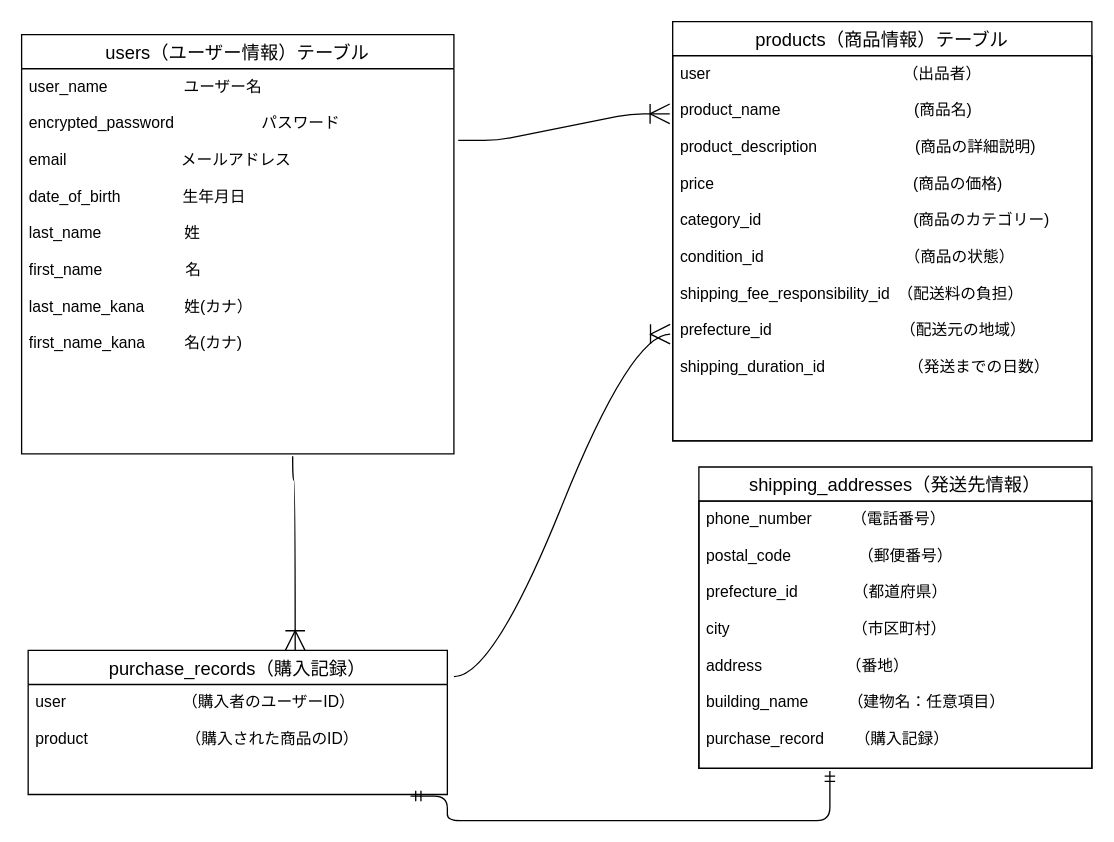
Before: test.dio in yoshimune1126/furima-41310, a draw.io diagram. Source tidied: cells renumbered, new cells numbered last; positions are measured from the earlier drawing's top-left corner, leaving out a move shared by most shapes. Both pictures are drawn from the tidied source at 131%, with x=0, y=0 at pixel (21, 21).
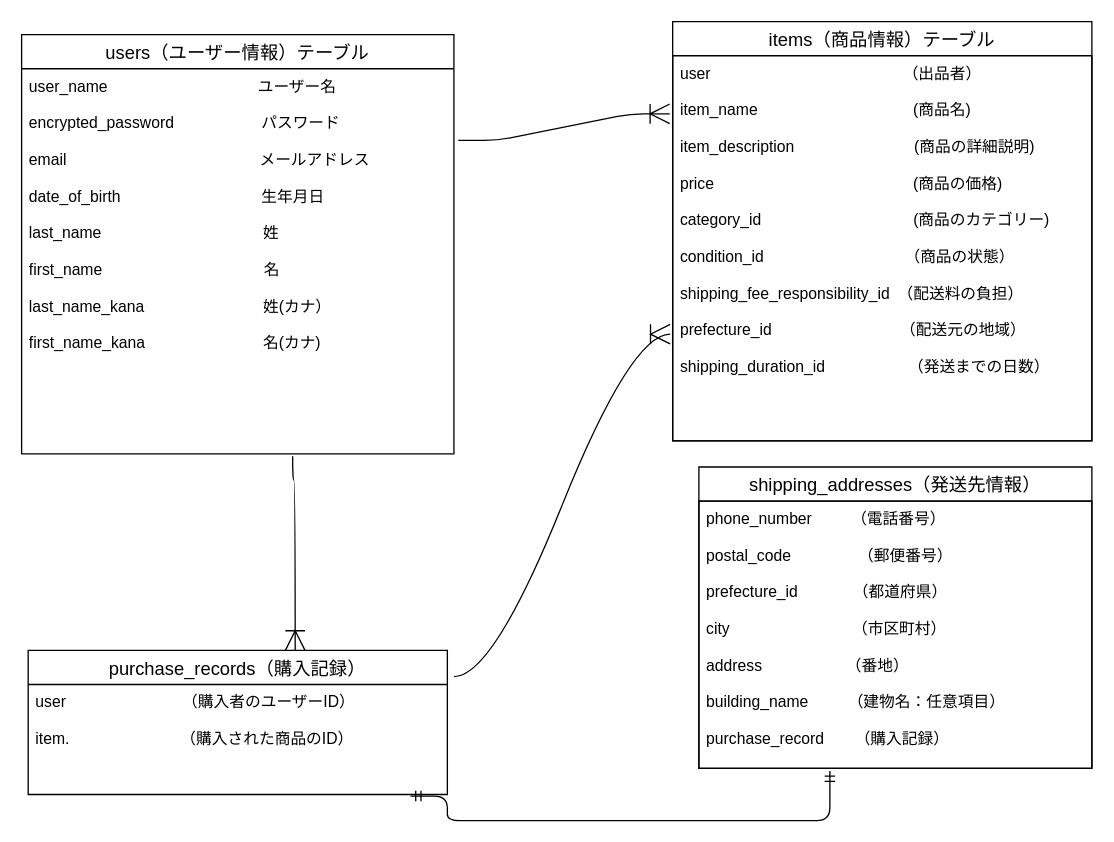
Above is the later version.

Unchanged cells that the change refers to:
```xml
<mxCell id="3" value="users（ユーザー情報）テーブル" style="swimlane;fontStyle=0;horizontal=1;startSize=26;align=center;fontSize=14;labelBackgroundColor=none;fillColor=default;" parent="1" vertex="1">
  <mxGeometry y="10" width="330" height="320" as="geometry" />
</mxCell>
<mxCell id="9" value="purchase_records（購入記録）" style="swimlane;fontStyle=0;horizontal=1;startSize=26;align=center;fontSize=14;labelBackgroundColor=none;strokeColor=default;fillColor=default;" parent="1" vertex="1">
  <mxGeometry x="5" y="480" width="320" height="110" as="geometry" />
</mxCell>
```

Diff of the diagram source:
```diff
@@
-    <mxCell id="4" value="user_name 　　　 　 ユーザー名&#10;&#10;encrypted_password 　　　　 　パスワード&#10;&#10;email　　　　　　 　メールアドレス&#10;&#10;date_of_birth     　　  生年月日&#10;　&#10;last_name　　　　 　姓&#10;&#10;first_name                   名&#10;&#10;last_name_kana　　  姓(カナ）&#10;&#10;first_name_kana         名(カナ)&#10;" style="text;strokeColor=none;fillColor=none;spacingLeft=4;spacingRight=4;overflow=hidden;points=[[0,0.5],[1,0.5]];portConstraint=eastwest;fontSize=12;" parent="3" vertex="1">
+    <mxCell id="4" value="user_name 　　　 　                  ユーザー名&#10;&#10;encrypted_password 　　　　 　パスワード&#10;&#10;email　　　　　　 　                  メールアドレス&#10;&#10;date_of_birth     　　                    生年月日&#10;　&#10;last_name　　　　 　                  姓&#10;&#10;first_name                                     名&#10;&#10;last_name_kana　　                    姓(カナ）&#10;&#10;first_name_kana                           名(カナ)&#10;" style="text;strokeColor=none;fillColor=none;spacingLeft=4;spacingRight=4;overflow=hidden;points=[[0,0.5],[1,0.5]];portConstraint=eastwest;fontSize=12;" parent="3" vertex="1">
       <mxGeometry y="26" width="330" height="294" as="geometry" />
     </mxCell>
-    <mxCell id="5" value="products（商品情報）テーブル" style="swimlane;fontStyle=0;horizontal=1;startSize=26;align=center;fontSize=14;labelBackgroundColor=none;strokeColor=default;fillColor=default;" parent="1" vertex="1">
+    <mxCell id="5" value="items（商品情報）テーブル" style="swimlane;fontStyle=0;horizontal=1;startSize=26;align=center;fontSize=14;labelBackgroundColor=none;strokeColor=default;fillColor=default;" parent="1" vertex="1">
       <mxGeometry x="497" width="320" height="320" as="geometry" />
     </mxCell>
-    <mxCell id="6" value="user                                            （出品者）&#10;&#10;product_name 　　　　  　     　 (商品名)&#10;&#10;product_description 　　　   　    (商品の詳細説明)&#10;&#10;price 　　　　　　　　　　     　(商品の価格)&#10;　　&#10;category_id　　　　　　　     　 (商品のカテゴリー)&#10;&#10;condition_id　　　　　　　       （商品の状態）&#10;&#10;shipping_fee_responsibility_id　（配送料の負担）&#10;&#10;prefecture_id　　　　　　      　（配送元の地域）&#10;&#10;shipping_duration_id　　　　　 （発送までの日数）　" style="text;strokeColor=default;fillColor=none;spacingLeft=4;spacingRight=4;overflow=hidden;points=[[0,0.5],[1,0.5]];portConstraint=eastwest;fontSize=12;labelBackgroundColor=none;labelBorderColor=none;" parent="5" vertex="1">
+    <mxCell id="6" value="user                                            （出品者）&#10;&#10;item_name 　　　　  　     　      (商品名)&#10;&#10;item_description 　　　   　         (商品の詳細説明)&#10; &#10;price 　　　　　　　　　　     　(商品の価格)&#10;　　&#10;category_id　　　　　　　     　 (商品のカテゴリー)&#10;&#10;condition_id　　　　　　　       （商品の状態）&#10;&#10;shipping_fee_responsibility_id　（配送料の負担）&#10;&#10;prefecture_id　　　　　　      　（配送元の地域）&#10;&#10;shipping_duration_id　　　　　 （発送までの日数）　" style="text;strokeColor=default;fillColor=none;spacingLeft=4;spacingRight=4;overflow=hidden;points=[[0,0.5],[1,0.5]];portConstraint=eastwest;fontSize=12;labelBackgroundColor=none;labelBorderColor=none;" parent="5" vertex="1">
       <mxGeometry y="26" width="320" height="294" as="geometry" />
     </mxCell>
@@
-    <mxCell id="10" value="user　　　　　　     （購入者のユーザーID）&#10;&#10;product 　　　　       （購入された商品のID）&#10;&#10;&#10;&#10;&#10;&#10;&#10;" style="text;strokeColor=none;fillColor=none;spacingLeft=4;spacingRight=4;overflow=hidden;points=[[0,0.5],[1,0.5]];portConstraint=eastwest;fontSize=12;labelBackgroundColor=none;" parent="9" vertex="1">
+    <mxCell id="10" value="user　　　　　　     （購入者のユーザーID）&#10;&#10;item.    　　　　       （購入された商品のID）&#10;&#10;&#10;&#10;&#10;&#10;&#10;" style="text;strokeColor=none;fillColor=none;spacingLeft=4;spacingRight=4;overflow=hidden;points=[[0,0.5],[1,0.5]];portConstraint=eastwest;fontSize=12;labelBackgroundColor=none;" parent="9" vertex="1">
       <mxGeometry y="26" width="320" height="84" as="geometry" />
     </mxCell>
```
